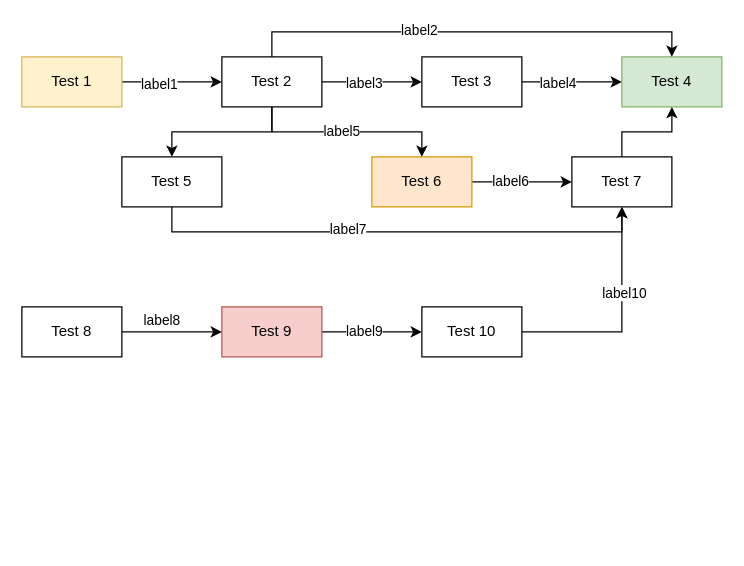
The draw.io diagram page "Page-1" (1 of 3) of test_doc.drawio in TangBean/Drawio-Sub-Workflow-Highlighter, before the edit. Source tidied: cells renumbered, new cells numbered last; positions are measured from the earlier drawing's top-left corner, leaving out a move shared by most shapes. Both pictures are drawn from the tidied source at 125%, with x=0, y=0 at pixel (21, 56).
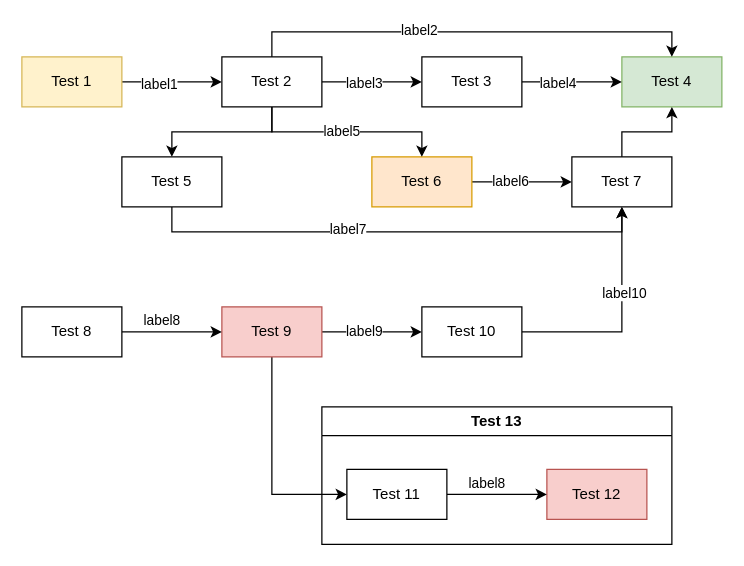
The same page after the edit.

Unchanged cells that the change refers to:
```xml
<mxCell id="14" value="Test 9" style="rounded=0;whiteSpace=wrap;html=1;fillColor=#f8cecc;strokeColor=#b85450;" parent="1" vertex="1">
  <mxGeometry x="160" y="200" width="80" height="40" as="geometry" />
</mxCell>
```

What changed in the source:
```diff
@@
+    <mxCell id="34" style="edgeStyle=orthogonalEdgeStyle;rounded=0;jettySize=auto;html=1;exitX=0.5;exitY=1;exitDx=0;exitDy=0;entryX=0;entryY=0.5;entryDx=0;entryDy=0;" parent="1" edge="1" source="14" target="39">
+      <mxGeometry relative="1" as="geometry" />
+    </mxCell>
@@
+    <mxCell id="35" value="Test 13" style="swimlane;whiteSpace=wrap;html=1;" parent="1" vertex="1">
+      <mxGeometry x="240" y="280" width="280" height="110" as="geometry" />
+    </mxCell>
+    <mxCell id="36" value="Test 12" style="rounded=0;whiteSpace=wrap;html=1;fillColor=#f8cecc;strokeColor=#b85450;" parent="35" vertex="1">
+      <mxGeometry x="180" y="50" width="80" height="40" as="geometry" />
+    </mxCell>
+    <mxCell id="37" style="edgeStyle=orthogonalEdgeStyle;rounded=0;jettySize=auto;html=1;exitX=1;exitY=0.5;exitDx=0;exitDy=0;entryX=0;entryY=0.5;entryDx=0;entryDy=0;" parent="35" edge="1" source="39" target="36">
+      <mxGeometry relative="1" as="geometry" />
+    </mxCell>
+    <mxCell id="38" value="label8" style="edgeLabel;html=1;align=center;verticalAlign=middle;" parent="37" vertex="1">
+      <mxGeometry x="-0.23" y="3" relative="1" as="geometry">
+        <mxPoint y="-7" as="offset" />
+      </mxGeometry>
+    </mxCell>
+    <mxCell id="39" value="Test 11" style="rounded=0;whiteSpace=wrap;html=1;" parent="35" vertex="1">
+      <mxGeometry x="20" y="50" width="80" height="40" as="geometry" />
+    </mxCell>
```
